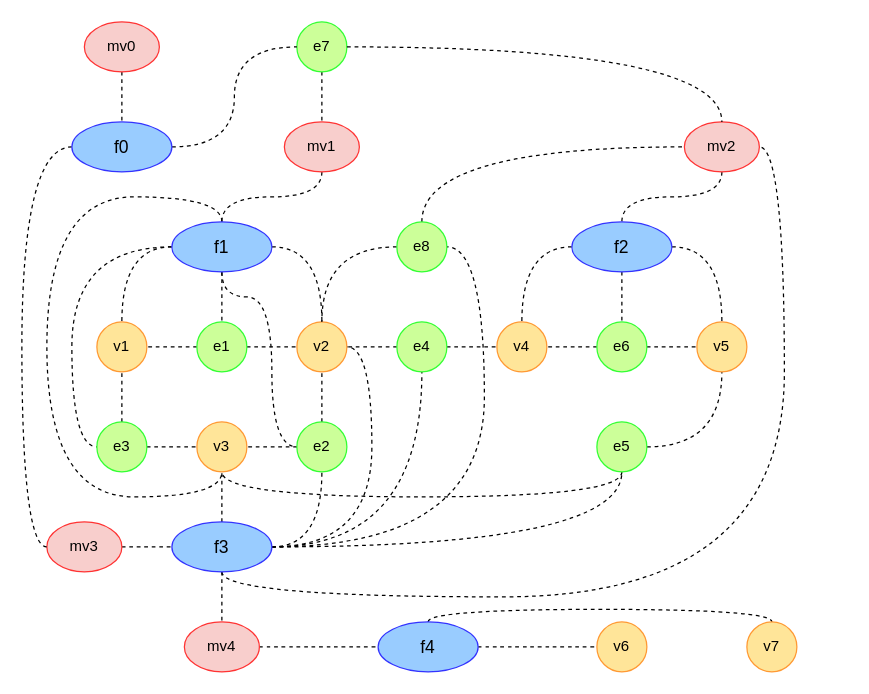
DMfananddu/MAG_Diploma keeps this draw.io diagram as page "Flatten graph" (5 of 5) of FlattedMG_Simple.drawio. Above is the earlier version. Source tidied: cells renumbered, new cells numbered last; positions are measured from the earlier drawing's top-left corner, leaving out a move shared by most shapes. Both pictures are drawn from the tidied source at 125%, with x=0, y=0 at pixel (46, 21).
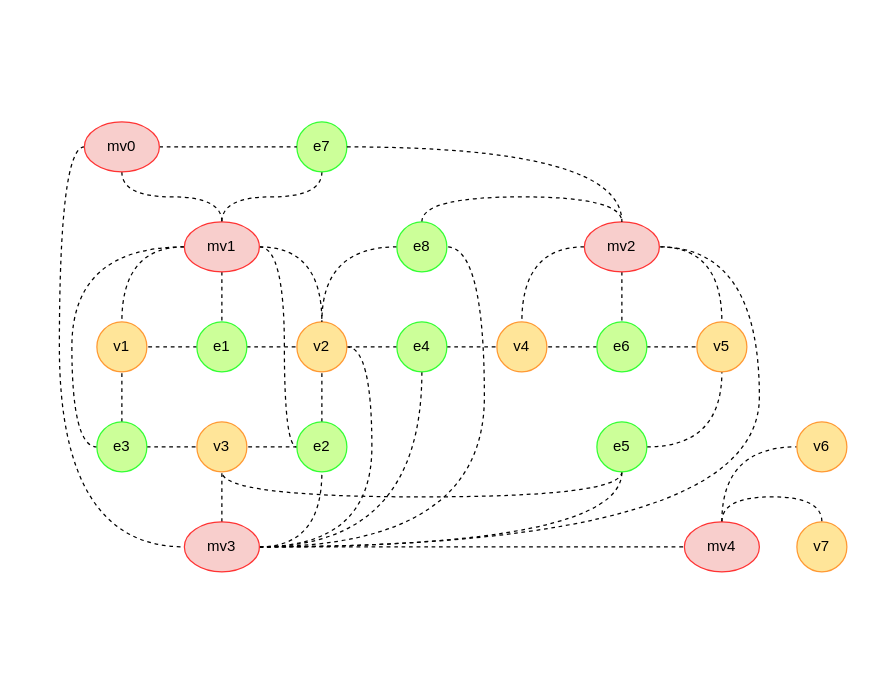
The same page after the edit.

The change refers to these unchanged cells:
```xml
<mxCell id="9" value="v1" style="ellipse;whiteSpace=wrap;html=1;fillColor=#FFE599;strokeColor=#FF9933;" parent="1" vertex="1">
  <mxGeometry x="40" y="240" width="40" height="40" as="geometry" />
</mxCell>
<mxCell id="34" value="v2" style="ellipse;whiteSpace=wrap;html=1;fillColor=#FFE599;strokeColor=#FF9933;" parent="1" vertex="1">
  <mxGeometry x="200" y="240" width="40" height="40" as="geometry" />
</mxCell>
<mxCell id="35" value="v3" style="ellipse;whiteSpace=wrap;html=1;fillColor=#FFE599;strokeColor=#FF9933;" parent="1" vertex="1">
  <mxGeometry x="120" y="320" width="40" height="40" as="geometry" />
</mxCell>
<mxCell id="38" value="e1" style="ellipse;whiteSpace=wrap;html=1;fillColor=#CCFF99;strokeColor=#33FF33;" parent="1" vertex="1">
  <mxGeometry x="120" y="240" width="40" height="40" as="geometry" />
</mxCell>
<mxCell id="40" value="e3" style="ellipse;whiteSpace=wrap;html=1;fillColor=#CCFF99;strokeColor=#33FF33;" parent="1" vertex="1">
  <mxGeometry x="40" y="320" width="40" height="40" as="geometry" />
</mxCell>
<mxCell id="43" value="e2" style="ellipse;whiteSpace=wrap;html=1;fillColor=#CCFF99;strokeColor=#33FF33;" parent="1" vertex="1">
  <mxGeometry x="200" y="320" width="40" height="40" as="geometry" />
</mxCell>
<mxCell id="44" value="v4" style="ellipse;whiteSpace=wrap;html=1;fillColor=#FFE599;strokeColor=#FF9933;" parent="1" vertex="1">
  <mxGeometry x="360" y="240" width="40" height="40" as="geometry" />
</mxCell>
<mxCell id="45" value="v5" style="ellipse;whiteSpace=wrap;html=1;fillColor=#FFE599;strokeColor=#FF9933;" parent="1" vertex="1">
  <mxGeometry x="520" y="240" width="40" height="40" as="geometry" />
</mxCell>
<mxCell id="50" value="e6" style="ellipse;whiteSpace=wrap;html=1;fillColor=#CCFF99;strokeColor=#33FF33;" parent="1" vertex="1">
  <mxGeometry x="440" y="240" width="40" height="40" as="geometry" />
</mxCell>
<mxCell id="53" value="e8" style="ellipse;whiteSpace=wrap;html=1;fillColor=#CCFF99;strokeColor=#33FF33;" parent="1" vertex="1">
  <mxGeometry x="280" y="160" width="40" height="40" as="geometry" />
</mxCell>
<mxCell id="56" value="e4" style="ellipse;whiteSpace=wrap;html=1;fillColor=#CCFF99;strokeColor=#33FF33;" parent="1" vertex="1">
  <mxGeometry x="280" y="240" width="40" height="40" as="geometry" />
</mxCell>
<mxCell id="58" value="e5" style="ellipse;whiteSpace=wrap;html=1;fillColor=#CCFF99;strokeColor=#33FF33;" parent="1" vertex="1">
  <mxGeometry x="440" y="320" width="40" height="40" as="geometry" />
</mxCell>
```

What changed in the source:
```diff
@@
-    <mxCell id="4" style="edgeStyle=orthogonalEdgeStyle;rounded=0;jettySize=auto;html=1;entryX=0;entryY=0.5;entryDx=0;entryDy=0;jumpStyle=arc;exitX=0.5;exitY=1;exitDx=0;exitDy=0;endArrow=none;endFill=0;dashed=1;curved=1;strokeColor=default;shadow=0;sketch=0;" parent="1" edge="1" source="60" target="43">
-      <mxGeometry relative="1" as="geometry">
-        <Array as="points">
-          <mxPoint x="140" y="220" />
-          <mxPoint x="180" y="220" />
-          <mxPoint x="180" y="340" />
-        </Array>
-      </mxGeometry>
-    </mxCell>
-    <mxCell id="5" style="edgeStyle=orthogonalEdgeStyle;rounded=0;jumpStyle=arc;jettySize=auto;html=1;exitX=0;exitY=0.5;exitDx=0;exitDy=0;entryX=0.5;entryY=0;entryDx=0;entryDy=0;endArrow=none;endFill=0;dashed=1;curved=1;" parent="1" edge="1" source="63" target="44">
-      <mxGeometry relative="1" as="geometry" />
-    </mxCell>
-    <mxCell id="6" style="edgeStyle=orthogonalEdgeStyle;rounded=0;jumpStyle=arc;jettySize=auto;html=1;entryX=0.5;entryY=1;entryDx=0;entryDy=0;exitX=0.5;exitY=0;exitDx=0;exitDy=0;endArrow=none;endFill=0;dashed=1;curved=1;" parent="1" edge="1" source="60" target="35">
-      <mxGeometry relative="1" as="geometry">
-        <Array as="points">
-          <mxPoint x="140" y="140" />
-          <mxPoint y="140" />
-          <mxPoint y="380" />
-          <mxPoint x="140" y="380" />
-        </Array>
-      </mxGeometry>
-    </mxCell>
-    <mxCell id="7" style="edgeStyle=orthogonalEdgeStyle;rounded=0;jumpStyle=arc;jettySize=auto;html=1;exitX=1;exitY=0.5;exitDx=0;exitDy=0;entryX=1;entryY=0.5;entryDx=0;entryDy=0;endArrow=none;endFill=0;dashed=1;curved=1;" parent="1" edge="1" source="61" target="34">
+    <mxCell id="7" style="edgeStyle=orthogonalEdgeStyle;rounded=0;jumpStyle=arc;jettySize=auto;html=1;exitX=1;exitY=0.5;exitDx=0;exitDy=0;entryX=1;entryY=0.5;entryDx=0;entryDy=0;endArrow=none;endFill=0;dashed=1;curved=1;" parent="1" edge="1" source="24" target="34">
       <mxGeometry relative="1" as="geometry">
         <Array as="points">
           <mxPoint x="260" y="420" />
           <mxPoint x="260" y="260" />
         </Array>
       </mxGeometry>
     </mxCell>
-    <mxCell id="8" style="edgeStyle=orthogonalEdgeStyle;rounded=0;jumpStyle=arc;jettySize=auto;html=1;entryX=0.5;entryY=0;entryDx=0;entryDy=0;exitX=1;exitY=0.5;exitDx=0;exitDy=0;endArrow=none;endFill=0;dashed=1;curved=1;" parent="1" edge="1" source="60" target="34">
-      <mxGeometry relative="1" as="geometry" />
-    </mxCell>
@@
     <mxCell id="11" value="e7" style="ellipse;whiteSpace=wrap;html=1;fillColor=#CCFF99;strokeColor=#33FF33;" parent="1" vertex="1">
-      <mxGeometry x="200" width="40" height="40" as="geometry" />
+      <mxGeometry x="200" y="80" width="40" height="40" as="geometry" />
     </mxCell>
-    <mxCell id="12" style="edgeStyle=orthogonalEdgeStyle;rounded=0;jumpStyle=arc;jettySize=auto;html=1;exitX=1;exitY=0.5;exitDx=0;exitDy=0;entryX=0;entryY=0.5;entryDx=0;entryDy=0;endArrow=none;endFill=0;dashed=1;curved=1;" parent="1" edge="1" source="62" target="46">
-      <mxGeometry relative="1" as="geometry" />
-    </mxCell>
-    <mxCell id="13" style="edgeStyle=orthogonalEdgeStyle;rounded=0;jumpStyle=arc;jettySize=auto;html=1;exitX=0.5;exitY=0;exitDx=0;exitDy=0;entryX=0.5;entryY=0;entryDx=0;entryDy=0;endArrow=none;endFill=0;dashed=1;curved=1;" parent="1" edge="1" source="62" target="47">
-      <mxGeometry relative="1" as="geometry">
-        <Array as="points">
-          <mxPoint x="305" y="470" />
-          <mxPoint x="580" y="470" />
-        </Array>
-      </mxGeometry>
-    </mxCell>
-    <mxCell id="14" style="edgeStyle=orthogonalEdgeStyle;rounded=0;jettySize=auto;html=1;exitX=1;exitY=0.5;exitDx=0;exitDy=0;entryX=0;entryY=0.5;entryDx=0;entryDy=0;fontSize=14;strokeColor=#000000;strokeWidth=1;endArrow=none;endFill=0;dashed=1;curved=1;" parent="1" edge="1" source="15" target="62">
+    <mxCell id="14" style="edgeStyle=orthogonalEdgeStyle;rounded=0;jettySize=auto;html=1;exitX=0.5;exitY=0;exitDx=0;exitDy=0;entryX=0;entryY=0.5;entryDx=0;entryDy=0;fontSize=14;strokeColor=#000000;strokeWidth=1;endArrow=none;endFill=0;dashed=1;curved=1;" parent="1" edge="1" source="15" target="46">
       <mxGeometry relative="1" as="geometry" />
     </mxCell>
-    <mxCell id="15" value="mv4" style="ellipse;whiteSpace=wrap;html=1;fillColor=#F8CECC;strokeColor=#FF3333;" parent="1" vertex="1">
-      <mxGeometry x="110" y="480" width="60" height="40" as="geometry" />
-    </mxCell>
+    <mxCell id="69" style="edgeStyle=orthogonalEdgeStyle;curved=1;rounded=0;sketch=0;jettySize=auto;html=1;exitX=0.5;exitY=0;exitDx=0;exitDy=0;entryX=0.5;entryY=0;entryDx=0;entryDy=0;shadow=0;dashed=1;endArrow=none;endFill=0;strokeColor=#000000;strokeWidth=1;" parent="1" edge="1" source="15" target="47">
+      <mxGeometry relative="1" as="geometry" />
+    </mxCell>
-    <mxCell id="16" style="edgeStyle=orthogonalEdgeStyle;rounded=0;jumpStyle=arc;jettySize=auto;html=1;exitX=1;exitY=0.5;exitDx=0;exitDy=0;entryX=0.5;entryY=1;entryDx=0;entryDy=0;endArrow=none;endFill=0;dashed=1;curved=1;" parent="1" edge="1" source="61" target="43">
+    <mxCell id="16" style="edgeStyle=orthogonalEdgeStyle;rounded=0;jumpStyle=arc;jettySize=auto;html=1;exitX=1;exitY=0.5;exitDx=0;exitDy=0;entryX=0.5;entryY=1;entryDx=0;entryDy=0;endArrow=none;endFill=0;dashed=1;curved=1;" parent="1" edge="1" source="24" target="43">
       <mxGeometry relative="1" as="geometry" />
     </mxCell>
-    <mxCell id="17" style="edgeStyle=orthogonalEdgeStyle;rounded=0;jumpStyle=arc;jettySize=auto;html=1;exitX=1;exitY=0.5;exitDx=0;exitDy=0;entryX=1;entryY=0.5;entryDx=0;entryDy=0;endArrow=none;endFill=0;dashed=1;curved=1;" parent="1" edge="1" source="61" target="53">
+    <mxCell id="17" style="edgeStyle=orthogonalEdgeStyle;rounded=0;jumpStyle=arc;jettySize=auto;html=1;exitX=1;exitY=0.5;exitDx=0;exitDy=0;entryX=1;entryY=0.5;entryDx=0;entryDy=0;endArrow=none;endFill=0;dashed=1;curved=1;" parent="1" edge="1" source="24" target="53">
       <mxGeometry relative="1" as="geometry">
         <Array as="points">
           <mxPoint x="350" y="420" />
           <mxPoint x="350" y="180" />
         </Array>
       </mxGeometry>
     </mxCell>
-    <mxCell id="18" style="edgeStyle=orthogonalEdgeStyle;rounded=0;jumpStyle=arc;jettySize=auto;html=1;exitX=1;exitY=0.5;exitDx=0;exitDy=0;entryX=0.5;entryY=1;entryDx=0;entryDy=0;endArrow=none;endFill=0;dashed=1;curved=1;" parent="1" edge="1" source="61" target="56">
+    <mxCell id="18" style="edgeStyle=orthogonalEdgeStyle;rounded=0;jumpStyle=arc;jettySize=auto;html=1;exitX=1;exitY=0.5;exitDx=0;exitDy=0;entryX=0.5;entryY=1;entryDx=0;entryDy=0;endArrow=none;endFill=0;dashed=1;curved=1;" parent="1" edge="1" source="24" target="56">
       <mxGeometry relative="1" as="geometry" />
     </mxCell>
-    <mxCell id="19" style="edgeStyle=orthogonalEdgeStyle;rounded=0;jumpStyle=arc;jettySize=auto;html=1;exitX=1;exitY=0.5;exitDx=0;exitDy=0;entryX=0.5;entryY=1;entryDx=0;entryDy=0;endArrow=none;endFill=0;dashed=1;curved=1;" parent="1" edge="1" source="61" target="58">
+    <mxCell id="19" style="edgeStyle=orthogonalEdgeStyle;rounded=0;jumpStyle=arc;jettySize=auto;html=1;exitX=1;exitY=0.5;exitDx=0;exitDy=0;entryX=0.5;entryY=1;entryDx=0;entryDy=0;endArrow=none;endFill=0;dashed=1;curved=1;" parent="1" edge="1" source="24" target="58">
       <mxGeometry relative="1" as="geometry" />
     </mxCell>
-    <mxCell id="20" style="edgeStyle=orthogonalEdgeStyle;rounded=0;jumpStyle=arc;jettySize=auto;html=1;exitX=0.5;exitY=1;exitDx=0;exitDy=0;entryX=0.5;entryY=0;entryDx=0;entryDy=0;strokeWidth=1;strokeColor=#000000;endArrow=none;endFill=0;dashed=1;startArrow=none;curved=1;" parent="1" edge="1" source="61" target="15">
-      <mxGeometry relative="1" as="geometry" />
-    </mxCell>
-    <mxCell id="21" style="edgeStyle=orthogonalEdgeStyle;rounded=0;jumpStyle=arc;jettySize=auto;html=1;exitX=0.5;exitY=0;exitDx=0;exitDy=0;entryX=0.5;entryY=1;entryDx=0;entryDy=0;endArrow=none;endFill=0;dashed=1;curved=1;" parent="1" edge="1" source="61" target="35">
-      <mxGeometry relative="1" as="geometry" />
-    </mxCell>
-    <mxCell id="22" style="edgeStyle=orthogonalEdgeStyle;rounded=0;jumpStyle=arc;jettySize=auto;html=1;exitX=0.5;exitY=1;exitDx=0;exitDy=0;entryX=1;entryY=0.5;entryDx=0;entryDy=0;strokeColor=#000000;strokeWidth=1;endArrow=none;endFill=0;dashed=1;curved=1;" parent="1" edge="1" source="61" target="28">
-      <mxGeometry relative="1" as="geometry" />
-    </mxCell>
-    <mxCell id="23" style="edgeStyle=orthogonalEdgeStyle;rounded=0;jettySize=auto;html=1;exitX=1;exitY=0.5;exitDx=0;exitDy=0;entryX=0;entryY=0.5;entryDx=0;entryDy=0;fontSize=14;strokeColor=#000000;strokeWidth=1;endArrow=none;endFill=0;dashed=1;curved=1;" parent="1" edge="1" source="24" target="61">
-      <mxGeometry relative="1" as="geometry" />
-    </mxCell>
+    <mxCell id="70" style="edgeStyle=orthogonalEdgeStyle;curved=1;rounded=0;sketch=0;jettySize=auto;html=1;exitX=1;exitY=0.5;exitDx=0;exitDy=0;entryX=0;entryY=0.5;entryDx=0;entryDy=0;shadow=0;dashed=1;endArrow=none;endFill=0;strokeColor=#000000;strokeWidth=1;" parent="1" edge="1" source="24" target="15">
+      <mxGeometry relative="1" as="geometry" />
+    </mxCell>
+    <mxCell id="71" style="edgeStyle=orthogonalEdgeStyle;curved=1;rounded=0;sketch=0;jettySize=auto;html=1;exitX=0.5;exitY=0;exitDx=0;exitDy=0;entryX=0.5;entryY=1;entryDx=0;entryDy=0;shadow=0;dashed=1;endArrow=none;endFill=0;strokeColor=#000000;strokeWidth=1;" parent="1" edge="1" source="24" target="35">
+      <mxGeometry relative="1" as="geometry" />
+    </mxCell>
+    <mxCell id="72" style="edgeStyle=orthogonalEdgeStyle;curved=1;rounded=0;sketch=0;jettySize=auto;html=1;exitX=1;exitY=0.5;exitDx=0;exitDy=0;entryX=1;entryY=0.5;entryDx=0;entryDy=0;shadow=0;dashed=1;endArrow=none;endFill=0;strokeColor=#000000;strokeWidth=1;startArrow=none;" parent="1" edge="1" source="24" target="28">
+      <mxGeometry relative="1" as="geometry">
+        <Array as="points">
+          <mxPoint x="570" y="420" />
+          <mxPoint x="570" y="180" />
+        </Array>
+      </mxGeometry>
+    </mxCell>
     <mxCell id="24" value="mv3" style="ellipse;whiteSpace=wrap;html=1;fillColor=#F8CECC;strokeColor=#FF3333;" parent="1" vertex="1">
-      <mxGeometry y="400" width="60" height="40" as="geometry" />
+      <mxGeometry x="110" y="400" width="60" height="40" as="geometry" />
     </mxCell>
-    <mxCell id="25" style="edgeStyle=orthogonalEdgeStyle;rounded=0;jumpStyle=arc;jettySize=auto;html=1;exitX=0.5;exitY=1;exitDx=0;exitDy=0;endArrow=none;endFill=0;dashed=1;curved=1;entryX=0.5;entryY=0;entryDx=0;entryDy=0;" parent="1" edge="1" source="63" target="50">
-      <mxGeometry relative="1" as="geometry" />
-    </mxCell>
-    <mxCell id="26" style="edgeStyle=orthogonalEdgeStyle;rounded=0;jumpStyle=arc;jettySize=auto;html=1;exitX=1;exitY=0.5;exitDx=0;exitDy=0;entryX=0.5;entryY=0;entryDx=0;entryDy=0;endArrow=none;endFill=0;dashed=1;curved=1;" parent="1" edge="1" source="63" target="45">
-      <mxGeometry relative="1" as="geometry" />
-    </mxCell>
-    <mxCell id="27" style="edgeStyle=orthogonalEdgeStyle;rounded=0;jettySize=auto;html=1;exitX=0.5;exitY=1;exitDx=0;exitDy=0;entryX=0.5;entryY=0;entryDx=0;entryDy=0;fontSize=14;strokeColor=#000000;strokeWidth=1;dashed=1;endArrow=none;endFill=0;curved=1;" parent="1" edge="1" source="28" target="63">
-      <mxGeometry relative="1" as="geometry" />
-    </mxCell>
+    <mxCell id="73" style="edgeStyle=orthogonalEdgeStyle;curved=1;rounded=0;sketch=0;jettySize=auto;html=1;exitX=0;exitY=0.5;exitDx=0;exitDy=0;entryX=0.5;entryY=0;entryDx=0;entryDy=0;shadow=0;dashed=1;endArrow=none;endFill=0;strokeColor=#000000;strokeWidth=1;" parent="1" edge="1" source="28" target="44">
+      <mxGeometry relative="1" as="geometry" />
+    </mxCell>
+    <mxCell id="74" style="edgeStyle=orthogonalEdgeStyle;curved=1;rounded=0;sketch=0;jettySize=auto;html=1;exitX=0.5;exitY=1;exitDx=0;exitDy=0;entryX=0.5;entryY=0;entryDx=0;entryDy=0;shadow=0;dashed=1;endArrow=none;endFill=0;strokeColor=#000000;strokeWidth=1;" parent="1" edge="1" source="28" target="50">
+      <mxGeometry relative="1" as="geometry" />
+    </mxCell>
+    <mxCell id="75" style="edgeStyle=orthogonalEdgeStyle;curved=1;rounded=0;sketch=0;jettySize=auto;html=1;exitX=1;exitY=0.5;exitDx=0;exitDy=0;entryX=0.5;entryY=0;entryDx=0;entryDy=0;shadow=0;dashed=1;endArrow=none;endFill=0;strokeColor=#000000;strokeWidth=1;" parent="1" edge="1" source="28" target="45">
+      <mxGeometry relative="1" as="geometry" />
+    </mxCell>
     <mxCell id="28" value="mv2" style="ellipse;whiteSpace=wrap;html=1;fillColor=#F8CECC;strokeColor=#FF3333;" parent="1" vertex="1">
-      <mxGeometry x="510" y="80" width="60" height="40" as="geometry" />
+      <mxGeometry x="430" y="160" width="60" height="40" as="geometry" />
     </mxCell>
-    <mxCell id="29" style="edgeStyle=orthogonalEdgeStyle;rounded=0;jettySize=auto;html=1;entryX=0.5;entryY=0;entryDx=0;entryDy=0;jumpStyle=arc;exitX=0.5;exitY=1;exitDx=0;exitDy=0;endArrow=none;endFill=0;dashed=1;curved=1;" parent="1" edge="1" source="60" target="38">
-      <mxGeometry relative="1" as="geometry" />
-    </mxCell>
-    <mxCell id="30" style="edgeStyle=orthogonalEdgeStyle;rounded=0;jettySize=auto;html=1;entryX=0;entryY=0.5;entryDx=0;entryDy=0;jumpStyle=arc;exitX=0;exitY=0.5;exitDx=0;exitDy=0;endArrow=none;endFill=0;dashed=1;curved=1;" parent="1" edge="1" source="60" target="40">
-      <mxGeometry relative="1" as="geometry" />
-    </mxCell>
-    <mxCell id="31" style="edgeStyle=orthogonalEdgeStyle;rounded=0;jumpStyle=arc;jettySize=auto;html=1;entryX=0.5;entryY=0;entryDx=0;entryDy=0;exitX=0;exitY=0.5;exitDx=0;exitDy=0;endArrow=none;endFill=0;dashed=1;curved=1;" parent="1" edge="1" source="60" target="9">
-      <mxGeometry relative="1" as="geometry" />
-    </mxCell>
-    <mxCell id="32" style="edgeStyle=orthogonalEdgeStyle;rounded=0;jettySize=auto;html=1;exitX=0.5;exitY=1;exitDx=0;exitDy=0;entryX=0.5;entryY=0;entryDx=0;entryDy=0;fontSize=14;strokeColor=#000000;strokeWidth=1;endArrow=none;endFill=0;dashed=1;curved=1;" parent="1" edge="1" source="33" target="60">
-      <mxGeometry relative="1" as="geometry" />
-    </mxCell>
+    <mxCell id="76" style="edgeStyle=orthogonalEdgeStyle;curved=1;rounded=0;sketch=0;jettySize=auto;html=1;exitX=1;exitY=0.5;exitDx=0;exitDy=0;entryX=0.5;entryY=0;entryDx=0;entryDy=0;shadow=0;dashed=1;endArrow=none;endFill=0;strokeColor=#000000;strokeWidth=1;" parent="1" edge="1" source="33" target="34">
+      <mxGeometry relative="1" as="geometry" />
+    </mxCell>
+    <mxCell id="77" style="edgeStyle=orthogonalEdgeStyle;curved=1;rounded=0;sketch=0;jettySize=auto;html=1;exitX=1;exitY=0.5;exitDx=0;exitDy=0;entryX=0;entryY=0.5;entryDx=0;entryDy=0;shadow=0;dashed=1;endArrow=none;endFill=0;strokeColor=#000000;strokeWidth=1;" parent="1" edge="1" source="33" target="43">
+      <mxGeometry relative="1" as="geometry">
+        <Array as="points">
+          <mxPoint x="190" y="180" />
+          <mxPoint x="190" y="340" />
+        </Array>
+      </mxGeometry>
+    </mxCell>
+    <mxCell id="78" style="edgeStyle=orthogonalEdgeStyle;curved=1;rounded=0;sketch=0;jettySize=auto;html=1;exitX=0.5;exitY=1;exitDx=0;exitDy=0;entryX=0.5;entryY=0;entryDx=0;entryDy=0;shadow=0;dashed=1;endArrow=none;endFill=0;strokeColor=#000000;strokeWidth=1;" parent="1" edge="1" source="33" target="38">
+      <mxGeometry relative="1" as="geometry" />
+    </mxCell>
+    <mxCell id="79" style="edgeStyle=orthogonalEdgeStyle;curved=1;rounded=0;sketch=0;jettySize=auto;html=1;exitX=0;exitY=0.5;exitDx=0;exitDy=0;entryX=0.5;entryY=0;entryDx=0;entryDy=0;shadow=0;dashed=1;endArrow=none;endFill=0;strokeColor=#000000;strokeWidth=1;" parent="1" edge="1" source="33" target="9">
+      <mxGeometry relative="1" as="geometry" />
+    </mxCell>
+    <mxCell id="80" style="edgeStyle=orthogonalEdgeStyle;curved=1;rounded=0;sketch=0;jettySize=auto;html=1;exitX=0;exitY=0.5;exitDx=0;exitDy=0;entryX=0;entryY=0.5;entryDx=0;entryDy=0;shadow=0;dashed=1;endArrow=none;endFill=0;strokeColor=#000000;strokeWidth=1;" parent="1" edge="1" source="33" target="40">
+      <mxGeometry relative="1" as="geometry" />
+    </mxCell>
     <mxCell id="33" value="mv1" style="ellipse;whiteSpace=wrap;html=1;fillColor=#F8CECC;strokeColor=#FF3333;" parent="1" vertex="1">
-      <mxGeometry x="190" y="80" width="60" height="40" as="geometry" />
+      <mxGeometry x="110" y="160" width="60" height="40" as="geometry" />
     </mxCell>
@@
     <mxCell id="46" value="v6" style="ellipse;whiteSpace=wrap;html=1;fillColor=#FFE599;strokeColor=#FF9933;" parent="1" vertex="1">
-      <mxGeometry x="440" y="480" width="40" height="40" as="geometry" />
+      <mxGeometry x="600" y="320" width="40" height="40" as="geometry" />
     </mxCell>
     <mxCell id="47" value="v7" style="ellipse;whiteSpace=wrap;html=1;fillColor=#FFE599;strokeColor=#FF9933;" parent="1" vertex="1">
-      <mxGeometry x="560" y="480" width="40" height="40" as="geometry" />
+      <mxGeometry x="600" y="400" width="40" height="40" as="geometry" />
     </mxCell>
@@
-    <mxCell id="52" style="edgeStyle=orthogonalEdgeStyle;rounded=0;jumpStyle=arc;jettySize=auto;html=1;exitX=0.5;exitY=0;exitDx=0;exitDy=0;entryX=0;entryY=0.5;entryDx=0;entryDy=0;endArrow=none;endFill=0;dashed=1;curved=1;" parent="1" edge="1" source="53" target="28">
+    <mxCell id="52" style="edgeStyle=orthogonalEdgeStyle;rounded=0;jumpStyle=arc;jettySize=auto;html=1;exitX=0.5;exitY=0;exitDx=0;exitDy=0;entryX=0.5;entryY=0;entryDx=0;entryDy=0;endArrow=none;endFill=0;dashed=1;curved=1;" parent="1" edge="1" source="53" target="28">
       <mxGeometry relative="1" as="geometry">
         <Array as="points">
-          <mxPoint x="300" y="100" />
+          <mxPoint x="300" y="140" />
+          <mxPoint x="460" y="140" />
         </Array>
       </mxGeometry>
     </mxCell>
@@
-    <mxCell id="60" value="f1" style="ellipse;whiteSpace=wrap;html=1;fontSize=14;strokeColor=#3333FF;fillColor=#99CCFF;" parent="1" vertex="1">
-      <mxGeometry x="100" y="160" width="80" height="40" as="geometry" />
-    </mxCell>
-    <mxCell id="61" value="f3" style="ellipse;whiteSpace=wrap;html=1;fontSize=14;strokeColor=#3333FF;fillColor=#99CCFF;" parent="1" vertex="1">
-      <mxGeometry x="100" y="400" width="80" height="40" as="geometry" />
-    </mxCell>
-    <mxCell id="62" value="f4" style="ellipse;whiteSpace=wrap;html=1;fontSize=14;strokeColor=#3333FF;fillColor=#99CCFF;" parent="1" vertex="1">
-      <mxGeometry x="265" y="480" width="80" height="40" as="geometry" />
-    </mxCell>
-    <mxCell id="63" value="f2" style="ellipse;whiteSpace=wrap;html=1;fontSize=14;strokeColor=#3333FF;fillColor=#99CCFF;" parent="1" vertex="1">
-      <mxGeometry x="420" y="160" width="80" height="40" as="geometry" />
-    </mxCell>
-    <mxCell id="64" style="edgeStyle=orthogonalEdgeStyle;curved=1;rounded=0;sketch=0;jettySize=auto;html=1;exitX=0;exitY=0.5;exitDx=0;exitDy=0;entryX=0;entryY=0.5;entryDx=0;entryDy=0;shadow=0;dashed=1;endArrow=none;endFill=0;strokeColor=default;" parent="1" edge="1" source="66" target="24">
+    <mxCell id="64" style="edgeStyle=orthogonalEdgeStyle;curved=1;rounded=0;sketch=0;jettySize=auto;html=1;exitX=0;exitY=0.5;exitDx=0;exitDy=0;entryX=0;entryY=0.5;entryDx=0;entryDy=0;shadow=0;dashed=1;endArrow=none;endFill=0;strokeColor=default;" parent="1" edge="1" source="68" target="24">
       <mxGeometry relative="1" as="geometry" />
     </mxCell>
-    <mxCell id="65" style="edgeStyle=orthogonalEdgeStyle;curved=1;rounded=0;sketch=0;jettySize=auto;html=1;exitX=1;exitY=0.5;exitDx=0;exitDy=0;entryX=0;entryY=0.5;entryDx=0;entryDy=0;shadow=0;dashed=1;endArrow=none;endFill=0;strokeColor=default;" parent="1" edge="1" source="66" target="11">
+    <mxCell id="65" style="edgeStyle=orthogonalEdgeStyle;curved=1;rounded=0;sketch=0;jettySize=auto;html=1;exitX=1;exitY=0.5;exitDx=0;exitDy=0;entryX=0;entryY=0.5;entryDx=0;entryDy=0;shadow=0;dashed=1;endArrow=none;endFill=0;strokeColor=default;" parent="1" edge="1" source="68" target="11">
       <mxGeometry relative="1" as="geometry" />
     </mxCell>
-    <mxCell id="66" value="f0" style="ellipse;whiteSpace=wrap;html=1;fontSize=14;strokeColor=#3333FF;fillColor=#99CCFF;" parent="1" vertex="1">
-      <mxGeometry x="20" y="80" width="80" height="40" as="geometry" />
-    </mxCell>
-    <mxCell id="67" style="edgeStyle=orthogonalEdgeStyle;curved=1;rounded=0;sketch=0;jettySize=auto;html=1;exitX=0.5;exitY=1;exitDx=0;exitDy=0;entryX=0.5;entryY=0;entryDx=0;entryDy=0;shadow=0;dashed=1;endArrow=none;endFill=0;strokeColor=default;" parent="1" edge="1" source="68" target="66">
-      <mxGeometry relative="1" as="geometry" />
-    </mxCell>
+    <mxCell id="81" style="edgeStyle=orthogonalEdgeStyle;curved=1;rounded=0;sketch=0;jettySize=auto;html=1;exitX=0.5;exitY=1;exitDx=0;exitDy=0;entryX=0.5;entryY=0;entryDx=0;entryDy=0;shadow=0;dashed=1;endArrow=none;endFill=0;strokeColor=#000000;strokeWidth=1;" parent="1" edge="1" source="68" target="33">
+      <mxGeometry relative="1" as="geometry" />
+    </mxCell>
     <mxCell id="68" value="mv0" style="ellipse;whiteSpace=wrap;html=1;fillColor=#F8CECC;strokeColor=#FF3333;" parent="1" vertex="1">
-      <mxGeometry x="30" width="60" height="40" as="geometry" />
+      <mxGeometry x="30" y="80" width="60" height="40" as="geometry" />
     </mxCell>
+    <mxCell id="15" value="mv4" style="ellipse;whiteSpace=wrap;html=1;fillColor=#F8CECC;strokeColor=#FF3333;" parent="1" vertex="1">
+      <mxGeometry x="510" y="400" width="60" height="40" as="geometry" />
+    </mxCell>
```
